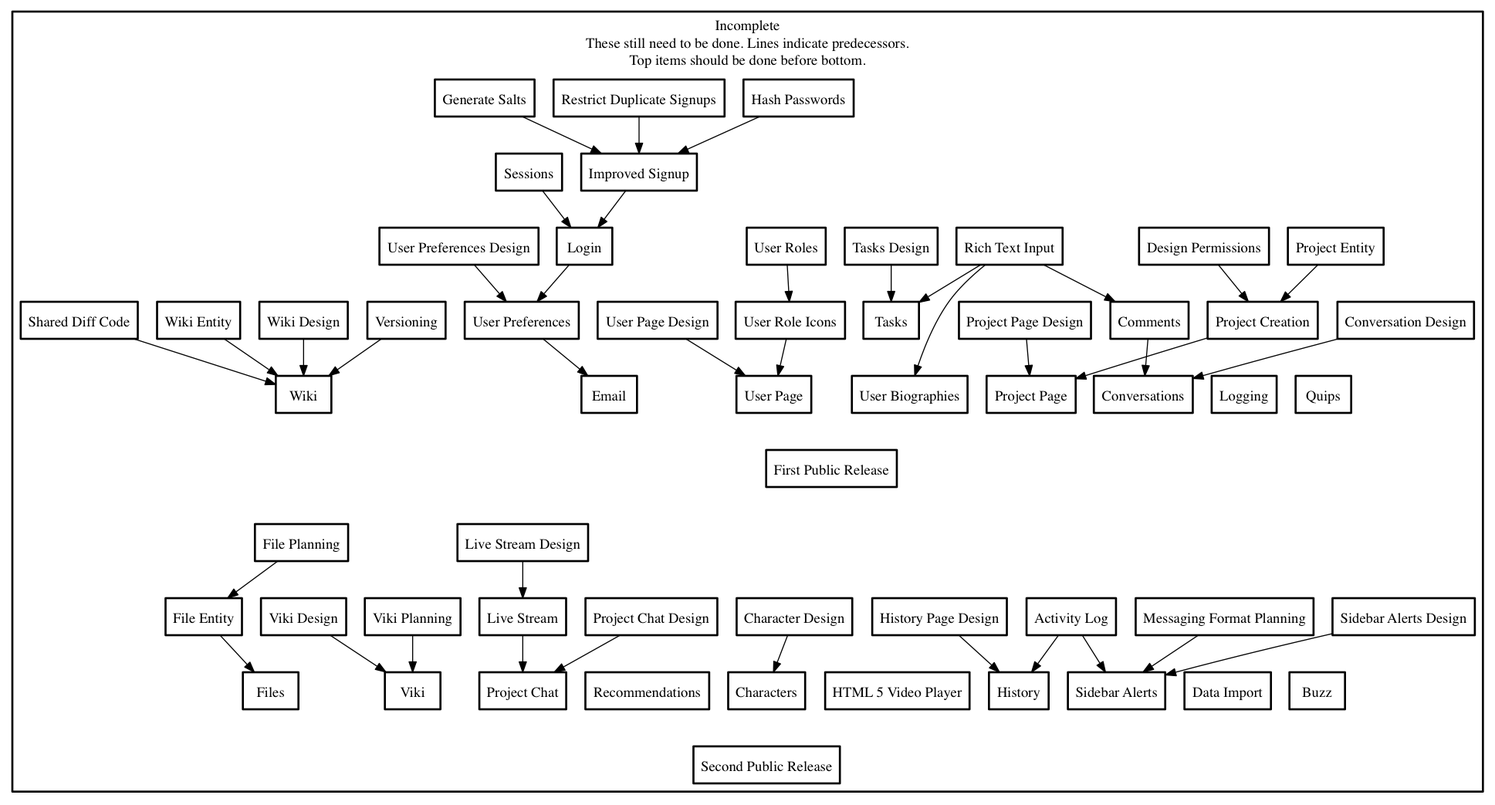
Earlier version of the Graphviz export needed.png (negativeview/Velour-1.5). Its source is kept beside it as needed.dot.
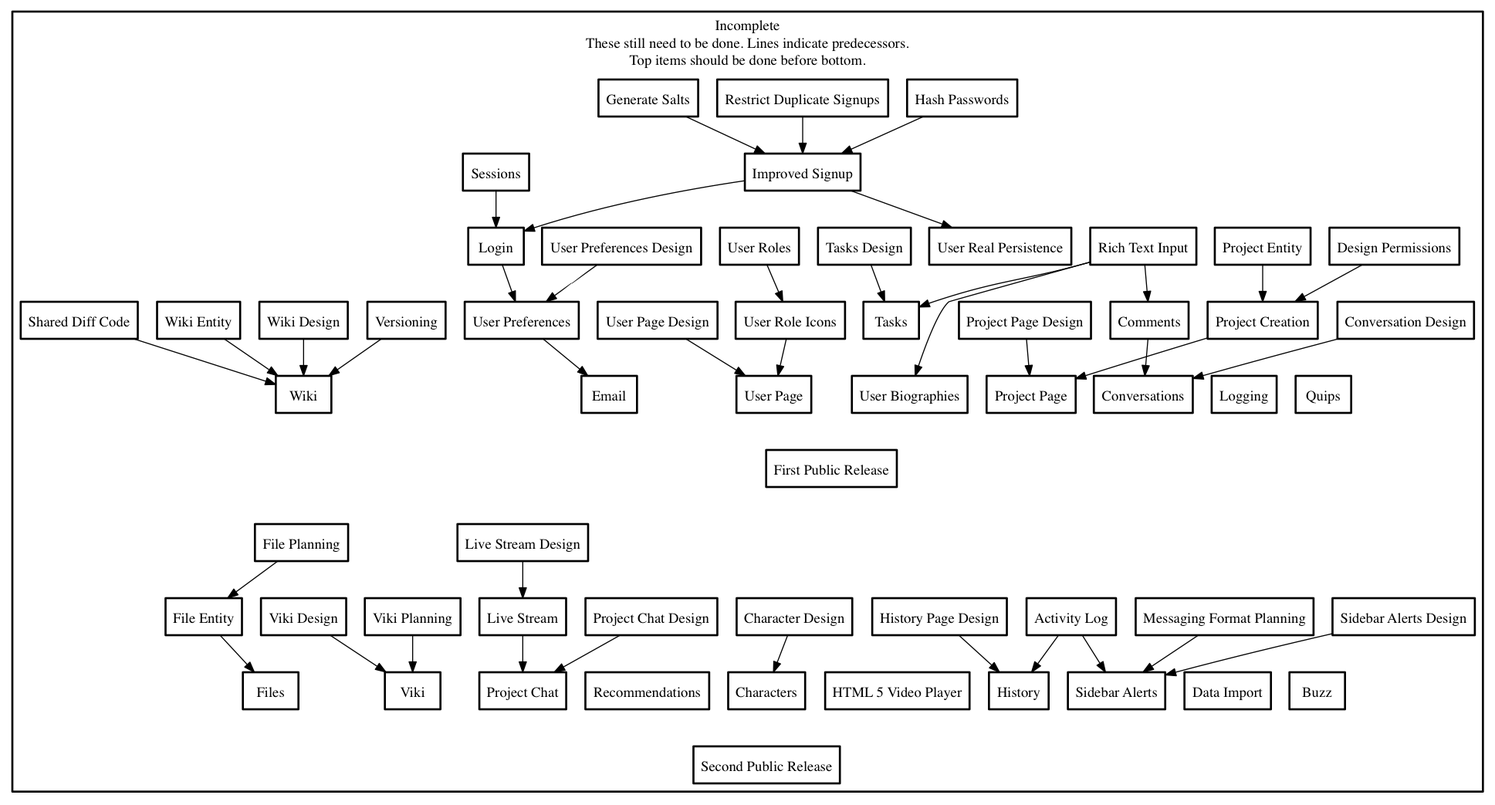
The same diagram one commit later.

Change to the diagram source:
```diff
@@ -58,6 +58,7 @@
         user_preferences [ label="User Preferences" ];
         user_roles [ label = "User Roles" ];
         user_role_icons [ label = "User Role Icons" ];
+        user_real_persistence [ label = "User Real Persistence" ];
         versioning [ label="Versioning" ];
         viki [ label="Viki" ];
         viki_design [ label = "Viki Design" ];
@@ -103,6 +104,7 @@
     file_planning->file_entity;
     history_design->history_tool;
     improved_signup->login;
+    improved_signup->user_real_persistence;
     live_stream_design->live_stream;
     live_stream->project_chat;
     login->user_preferences;
```
